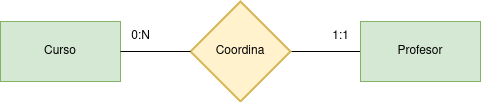
Earlier version of the draw.io export tareas 1/Ejercicio calificable docente (MR-2).drawio.png (GermanOjeda/base-datos). Source tidied: cells renumbered, new cells last; positions are measured from the earlier drawing's top-left corner, leaving out a move shared by most shapes.
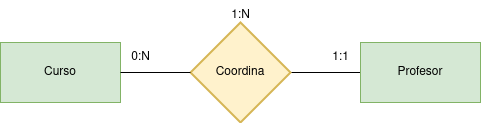
After the change.

Diff of the diagram source:
```diff
@@ -23,5 +23,8 @@
     <mxCell id="8" value="1:1" style="text;html=1;align=center;verticalAlign=middle;strokeColor=none;fillColor=none;" parent="1" vertex="1">
       <mxGeometry x="320" y="20" width="40" height="30" as="geometry" />
     </mxCell>
+    <mxCell id="9" value="1:N" style="text;html=1;align=center;verticalAlign=middle;strokeColor=none;fillColor=none;" parent="1" vertex="1">
+      <mxGeometry x="220" y="-22" width="40" height="30" as="geometry" />
+    </mxCell>
   </root>
 </mxGraphModel>
```
